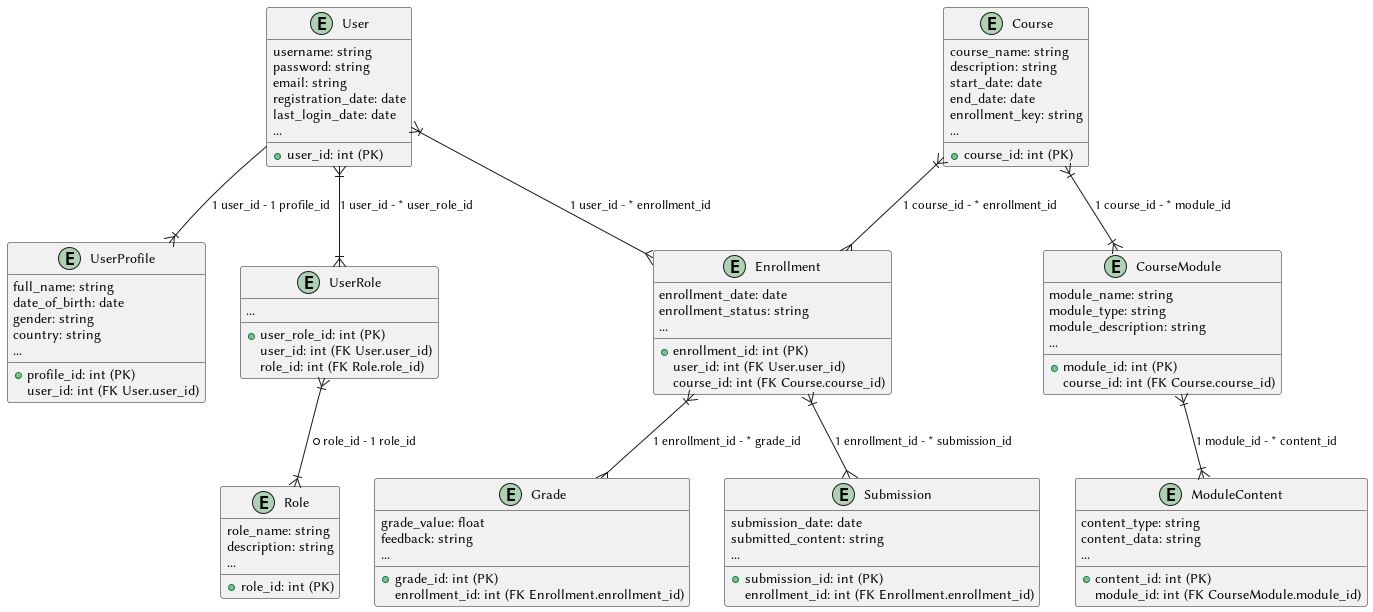
Earlier version of the PlantUML export doc/schema.png (CheesyChocolate/ScholarDB). Its diagram source:
```plantuml
@startuml

entity User {
    + user_id: int (PK)
    username: string
    password: string
    email: string
    registration_date: date
    last_login_date: date
    ...
}

entity UserProfile {
    + profile_id: int (PK)
    user_id: int (FK User.user_id)
    full_name: string
    date_of_birth: date
    gender: string
    country: string
    ...
}

entity UserRole {
    + user_role_id: int (PK)
    user_id: int (FK User.user_id)
    role_id: int (FK Role.role_id)
    ...
}

entity Role {
    + role_id: int (PK)
    role_name: string
    description: string
    ...
}

entity Course {
    + course_id: int (PK)
    course_name: string
    description: string
    start_date: date
    end_date: date
    enrollment_key: string
    ...
}

entity CourseModule {
    + module_id: int (PK)
    course_id: int (FK Course.course_id)
    module_name: string
    module_type: string
    module_description: string
    ...
}

entity ModuleContent {
    + content_id: int (PK)
    module_id: int (FK CourseModule.module_id)
    content_type: string
    content_data: string
    ...
}

entity Enrollment {
    + enrollment_id: int (PK)
    user_id: int (FK User.user_id)
    course_id: int (FK Course.course_id)
    enrollment_date: date
    enrollment_status: string
    ...
}

entity Grade {
    + grade_id: int (PK)
    enrollment_id: int (FK Enrollment.enrollment_id)
    grade_value: float
    feedback: string
    ...
}

entity Submission {
    + submission_id: int (PK)
    enrollment_id: int (FK Enrollment.enrollment_id)
    submission_date: date
    submitted_content: string
    ...
}

User --|{ UserProfile : 1 user_id - 1 profile_id
User }|--|{ UserRole : 1 user_id - * user_role_id
UserRole }|--|{ Role : * role_id - 1 role_id
Course }|--|{ CourseModule : 1 course_id - * module_id
CourseModule }|--|{ ModuleContent : 1 module_id - * content_id
User }|--{ Enrollment : 1 user_id - * enrollment_id
Course }|--{ Enrollment : 1 course_id - * enrollment_id
Enrollment }|--{ Grade : 1 enrollment_id - * grade_id
Enrollment }|--{ Submission : 1 enrollment_id - * submission_id

@enduml
```
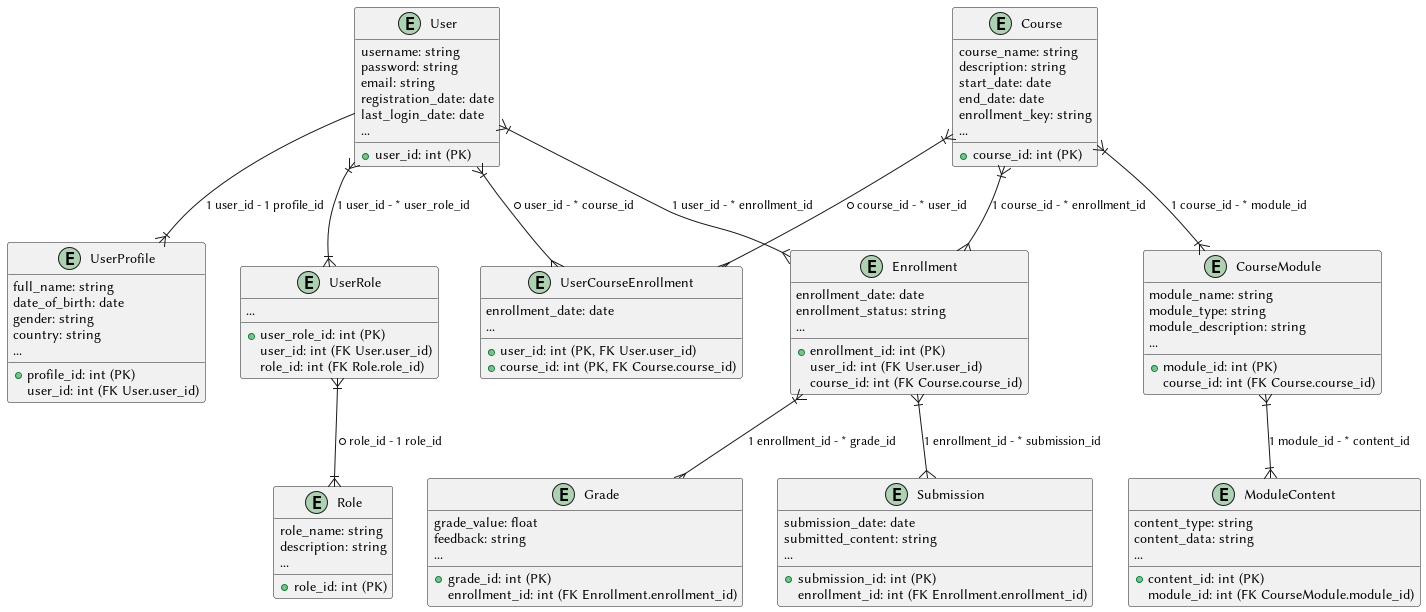
After the change.

Commit message:
doc(image): add a many-to-many relationship between users and courses for enrollment purposes

Diff of the diagram source:
```diff
@@ -86,6 +86,13 @@
     ...
 }
 
+entity UserCourseEnrollment {
+    + user_id: int (PK, FK User.user_id)
+    + course_id: int (PK, FK Course.course_id)
+    enrollment_date: date
+    ...
+}
+
 User --|{ UserProfile : 1 user_id - 1 profile_id
 User }|--|{ UserRole : 1 user_id - * user_role_id
 UserRole }|--|{ Role : * role_id - 1 role_id
@@ -95,5 +102,7 @@
 Course }|--{ Enrollment : 1 course_id - * enrollment_id
 Enrollment }|--{ Grade : 1 enrollment_id - * grade_id
 Enrollment }|--{ Submission : 1 enrollment_id - * submission_id
+User }|--{ UserCourseEnrollment : * user_id - * course_id
+Course }|--{ UserCourseEnrollment : * course_id - * user_id
 
 @enduml
```
